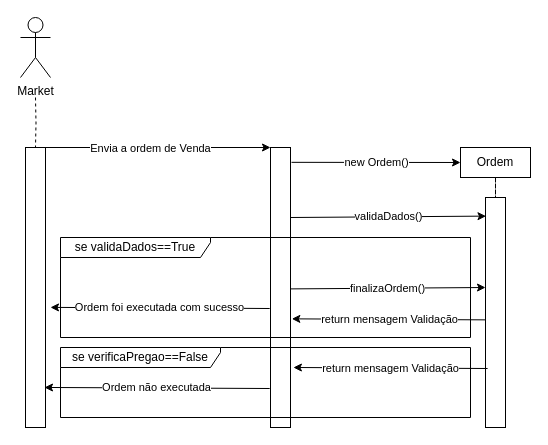
unifgabsantos/StockFEI keeps this draw.io diagram as DealBroker/DiagramasDeSequencia/UC003/Diagrama.drawio. Above is the earlier version. Source tidied: cells renumbered, new cells numbered last; positions are measured from the earlier drawing's top-left corner, leaving out a move shared by most shapes. Both pictures are drawn from the tidied source at 100%, with x=0, y=0 at pixel (20, 17).
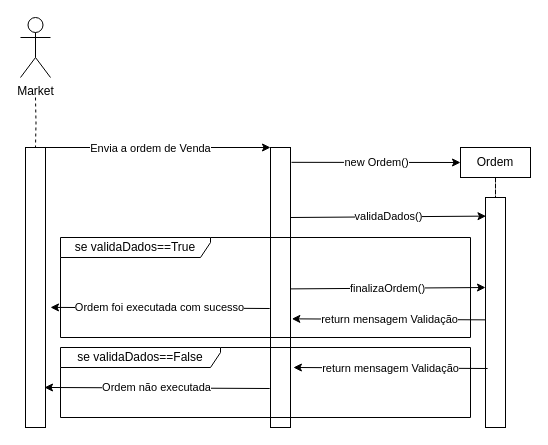
The same page after the edit.

The edit, as a diff of the source:
```diff
@@
-    <mxCell id="18" value="se verificaPregao==False" style="shape=umlFrame;whiteSpace=wrap;html=1;width=160;height=20;" parent="1" vertex="1">
+    <mxCell id="18" value="se&amp;nbsp;&lt;span style=&quot;background-color: rgb(255 , 255 , 255)&quot;&gt;validaDados&lt;/span&gt;==False" style="shape=umlFrame;whiteSpace=wrap;html=1;width=160;height=20;" parent="1" vertex="1">
       <mxGeometry x="40" y="330" width="410" height="70" as="geometry" />
     </mxCell>
```
